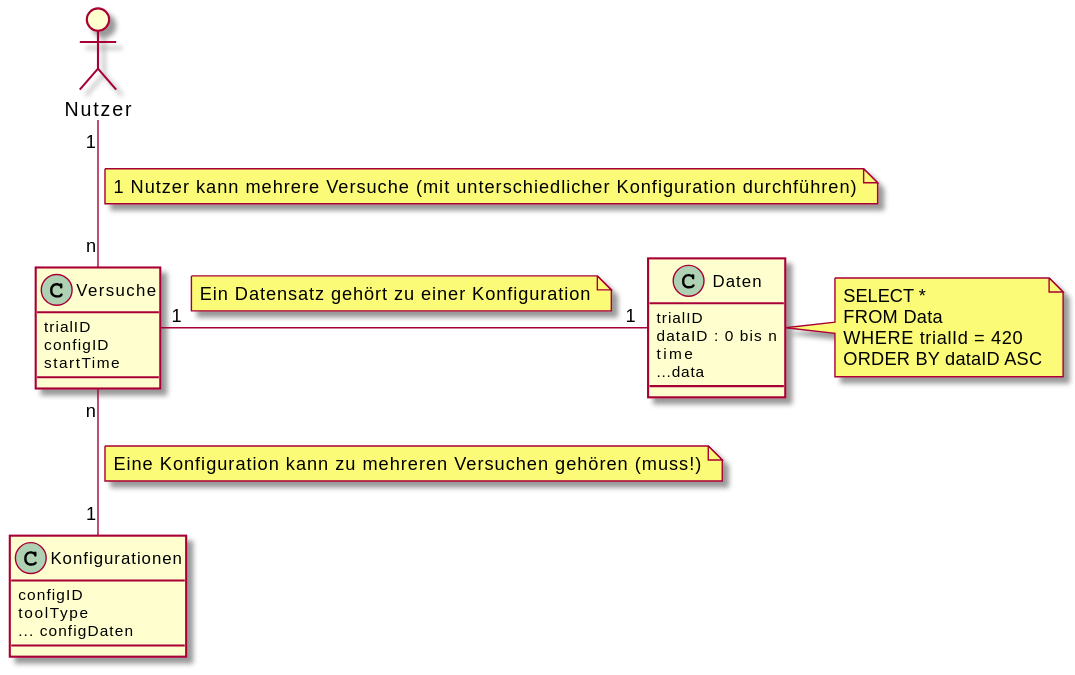
weichware-10/dokumente keeps this PlantUML diagram as uml-class/sonstige/database.svg. Above is the earlier version.
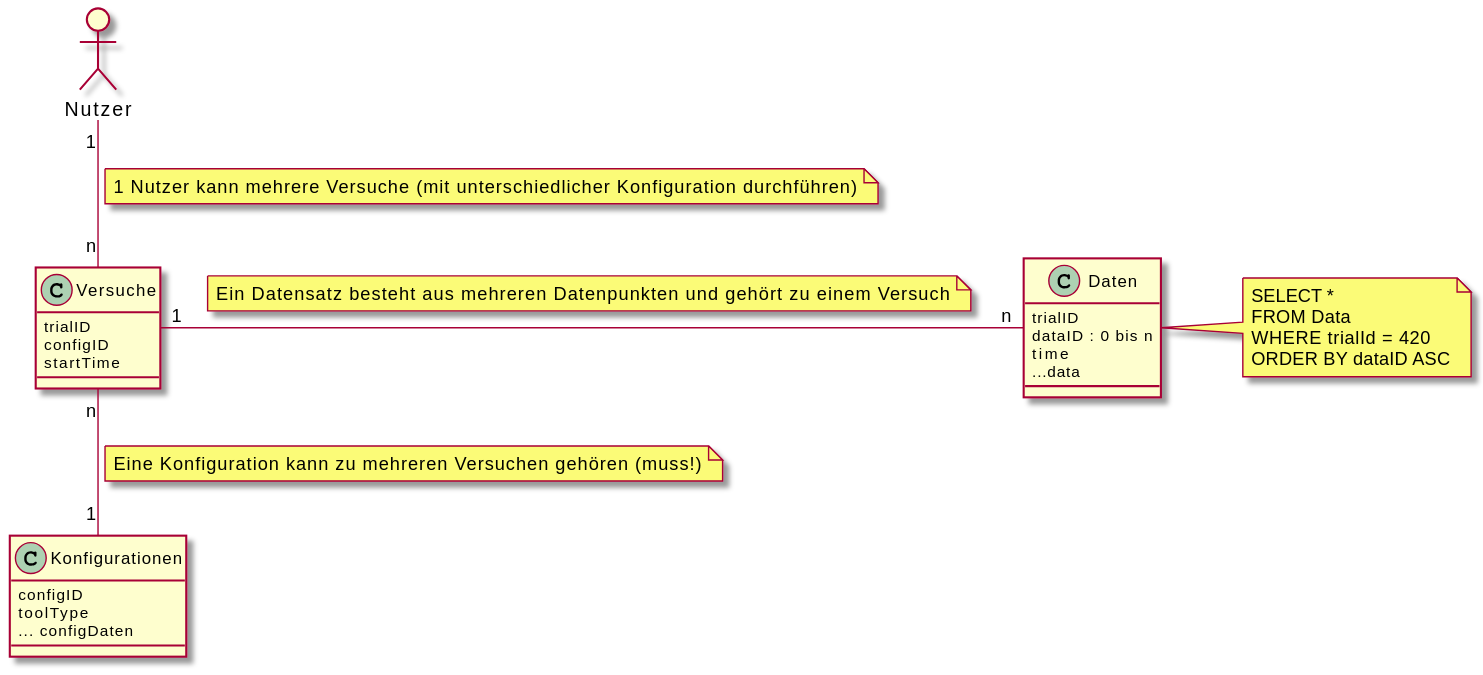
The same diagram one commit later.

Commit message:
[chore] rendered SVGs

Change to the diagram source:
```diff
@@ -25,9 +25,9 @@
 note on link
     1 Nutzer kann mehrere Versuche (mit unterschiedlicher Konfiguration durchführen)
 end note
-v "1" -r- "1" d
+v "1" -r- "n" d
 note on link
-    Ein Datensatz gehört zu einer Konfiguration
+    Ein Datensatz besteht aus mehreren Datenpunkten und gehört zu einem Versuch
 end note
 v "n" -- "1" k
 note on link
```
